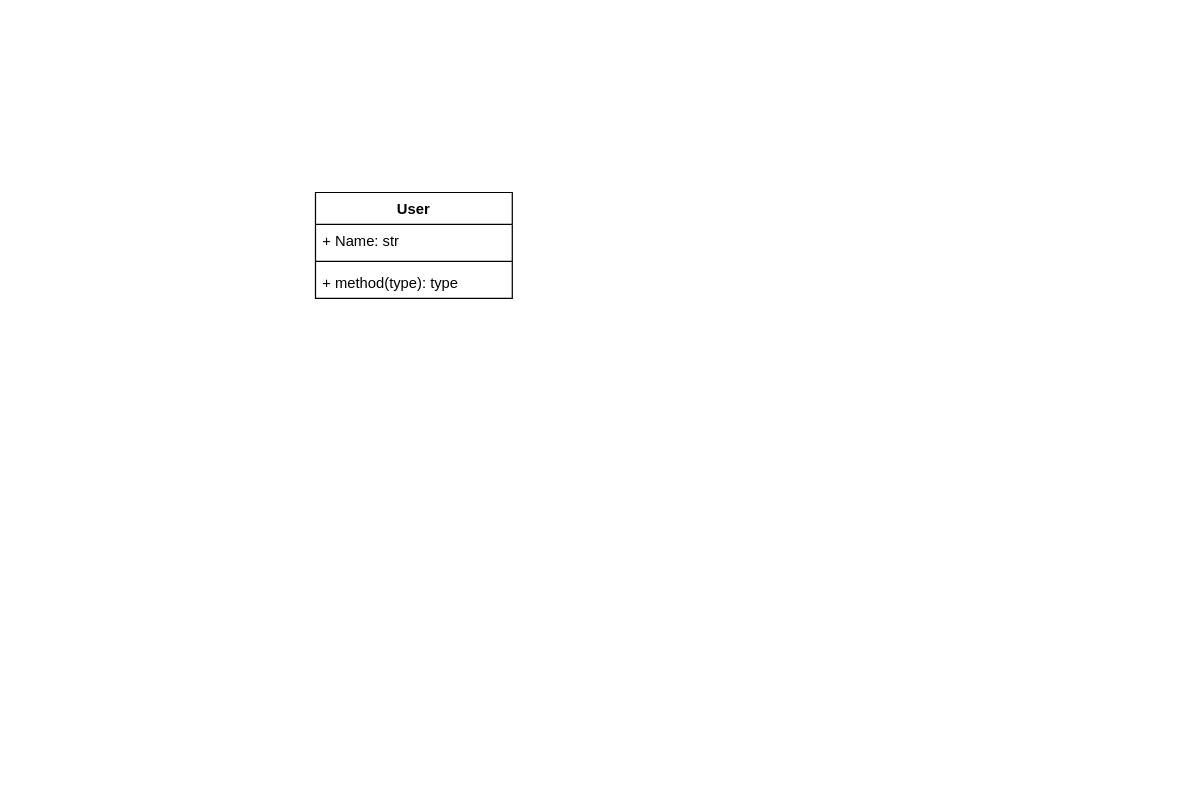
The draw.io diagram Untitled Diagram.drawio in LyndinK/Router, before the edit. Source tidied: cells renumbered, new cells numbered last; positions are measured from the earlier drawing's top-left corner, leaving out a move shared by most shapes. Both pictures are drawn from the tidied source at 123%, with x=0, y=0 at pixel (315, 192).
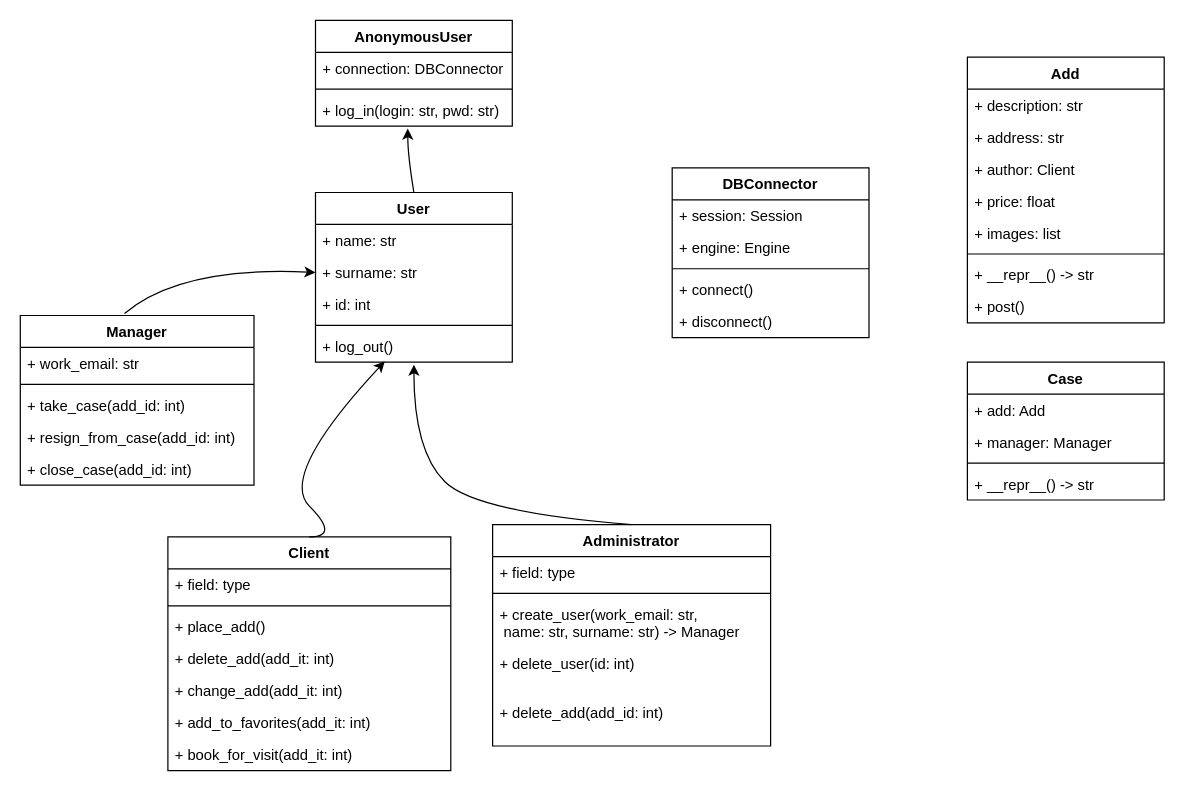
Above is the later version.

The edit, as a diff of the source:
```diff
@@
     <mxCell id="2" value="User" style="swimlane;fontStyle=1;align=center;verticalAlign=top;horizontal=1;startSize=26;" parent="1" vertex="1">
-      <mxGeometry width="160" height="86" as="geometry" />
+      <mxGeometry width="160" height="138" as="geometry" />
     </mxCell>
-    <mxCell id="3" value="+ Name: str&#10;" style="text;strokeColor=none;fillColor=none;align=left;verticalAlign=top;spacingLeft=4;spacingRight=4;overflow=hidden;" parent="2" vertex="1">
+    <mxCell id="3" value="+ name: str&#10;" style="text;strokeColor=none;fillColor=none;align=left;verticalAlign=top;spacingLeft=4;spacingRight=4;overflow=hidden;" parent="2" vertex="1">
       <mxGeometry y="26" width="160" height="26" as="geometry" />
     </mxCell>
+    <mxCell id="6" value="+ surname: str&#10;" style="text;strokeColor=none;fillColor=none;align=left;verticalAlign=top;spacingLeft=4;spacingRight=4;overflow=hidden;points=[[0,0.5],[1,0.5]];portConstraint=eastwest;" parent="2" vertex="1">
+      <mxGeometry y="52" width="160" height="26" as="geometry" />
+    </mxCell>
+    <mxCell id="7" value="+ id: int&#10;" style="text;strokeColor=none;fillColor=none;align=left;verticalAlign=top;spacingLeft=4;spacingRight=4;overflow=hidden;fontStyle=0;" parent="2" vertex="1">
+      <mxGeometry y="78" width="160" height="26" as="geometry" />
+    </mxCell>
     <mxCell id="4" style="line;strokeWidth=1;fillColor=none;align=left;verticalAlign=middle;spacingTop=-1;spacingLeft=3;spacingRight=3;labelPosition=right;" parent="2" vertex="1">
-      <mxGeometry y="52" width="160" height="8" as="geometry" />
+      <mxGeometry y="104" width="160" height="8" as="geometry" />
     </mxCell>
-    <mxCell id="5" value="+ method(type): type" style="text;strokeColor=none;fillColor=none;align=left;verticalAlign=top;spacingLeft=4;spacingRight=4;overflow=hidden;points=[[0,0.5],[1,0.5]];portConstraint=eastwest;" parent="2" vertex="1">
-      <mxGeometry y="60" width="160" height="26" as="geometry" />
+    <mxCell id="5" value="+ log_out()" style="text;strokeColor=none;fillColor=none;align=left;verticalAlign=top;spacingLeft=4;spacingRight=4;overflow=hidden;points=[[0,0.5],[1,0.5]];portConstraint=eastwest;" parent="2" vertex="1">
+      <mxGeometry y="112" width="160" height="26" as="geometry" />
     </mxCell>
+    <mxCell id="8" value="AnonymousUser" style="swimlane;fontStyle=1;align=center;verticalAlign=top;horizontal=1;startSize=26;" parent="1" vertex="1">
+      <mxGeometry y="-140" width="160" height="86" as="geometry" />
+    </mxCell>
+    <mxCell id="9" value="+ connection: DBConnector" style="text;strokeColor=none;fillColor=none;align=left;verticalAlign=top;spacingLeft=4;spacingRight=4;overflow=hidden;" parent="8" vertex="1">
+      <mxGeometry y="26" width="160" height="26" as="geometry" />
+    </mxCell>
+    <mxCell id="10" style="line;strokeWidth=1;fillColor=none;align=left;verticalAlign=middle;spacingTop=-1;spacingLeft=3;spacingRight=3;labelPosition=right;" parent="8" vertex="1">
+      <mxGeometry y="52" width="160" height="8" as="geometry" />
+    </mxCell>
+    <mxCell id="11" value="+ log_in(login: str, pwd: str)" style="text;strokeColor=none;fillColor=none;align=left;verticalAlign=top;spacingLeft=4;spacingRight=4;overflow=hidden;points=[[0,0.5],[1,0.5]];portConstraint=eastwest;" parent="8" vertex="1">
+      <mxGeometry y="60" width="160" height="26" as="geometry" />
+    </mxCell>
+    <mxCell id="12" value="Administrator" style="swimlane;fontStyle=1;align=center;verticalAlign=top;horizontal=1;startSize=26;" parent="1" vertex="1">
+      <mxGeometry x="144" y="270" width="226" height="180" as="geometry" />
+    </mxCell>
+    <mxCell id="13" value="+ field: type" style="text;strokeColor=none;fillColor=none;align=left;verticalAlign=top;spacingLeft=4;spacingRight=4;overflow=hidden;" parent="12" vertex="1">
+      <mxGeometry y="26" width="226" height="26" as="geometry" />
+    </mxCell>
+    <mxCell id="14" style="line;strokeWidth=1;fillColor=none;align=left;verticalAlign=middle;spacingTop=-1;spacingLeft=3;spacingRight=3;labelPosition=right;" parent="12" vertex="1">
+      <mxGeometry y="52" width="226" height="8" as="geometry" />
+    </mxCell>
+    <mxCell id="15" value="+ create_user(work_email: str,&#10; name: str, surname: str) -&gt; Manager" style="text;strokeColor=none;fillColor=none;align=left;verticalAlign=top;spacingLeft=4;spacingRight=4;overflow=hidden;" parent="12" vertex="1">
+      <mxGeometry y="60" width="226" height="40" as="geometry" />
+    </mxCell>
+    <mxCell id="16" value="+ delete_user(id: int)" style="text;strokeColor=none;fillColor=none;align=left;verticalAlign=top;spacingLeft=4;spacingRight=4;overflow=hidden;" parent="12" vertex="1">
+      <mxGeometry y="100" width="226" height="40" as="geometry" />
+    </mxCell>
+    <mxCell id="17" value="+ delete_add(add_id: int)" style="text;strokeColor=none;fillColor=none;align=left;verticalAlign=top;spacingLeft=4;spacingRight=4;overflow=hidden;" parent="12" vertex="1">
+      <mxGeometry y="140" width="226" height="40" as="geometry" />
+    </mxCell>
+    <mxCell id="18" value="Client" style="swimlane;fontStyle=1;align=center;verticalAlign=top;horizontal=1;startSize=26;" parent="1" vertex="1">
+      <mxGeometry x="-120" y="280" width="230" height="190" as="geometry" />
+    </mxCell>
+    <mxCell id="19" value="+ field: type" style="text;strokeColor=none;fillColor=none;align=left;verticalAlign=top;spacingLeft=4;spacingRight=4;overflow=hidden;" parent="18" vertex="1">
+      <mxGeometry y="26" width="230" height="26" as="geometry" />
+    </mxCell>
+    <mxCell id="20" style="line;strokeWidth=1;fillColor=none;align=left;verticalAlign=middle;spacingTop=-1;spacingLeft=3;spacingRight=3;labelPosition=right;" parent="18" vertex="1">
+      <mxGeometry y="52" width="230" height="8" as="geometry" />
+    </mxCell>
+    <mxCell id="21" value="+ place_add() " style="text;strokeColor=none;fillColor=none;align=left;verticalAlign=top;spacingLeft=4;spacingRight=4;overflow=hidden;" parent="18" vertex="1">
+      <mxGeometry y="60" width="230" height="26" as="geometry" />
+    </mxCell>
+    <mxCell id="22" value="+ delete_add(add_it: int) " style="text;strokeColor=none;fillColor=none;align=left;verticalAlign=top;spacingLeft=4;spacingRight=4;overflow=hidden;" parent="18" vertex="1">
+      <mxGeometry y="86" width="230" height="26" as="geometry" />
+    </mxCell>
+    <mxCell id="23" value="+ change_add(add_it: int) " style="text;strokeColor=none;fillColor=none;align=left;verticalAlign=top;spacingLeft=4;spacingRight=4;overflow=hidden;" parent="18" vertex="1">
+      <mxGeometry y="112" width="230" height="26" as="geometry" />
+    </mxCell>
+    <mxCell id="24" value="+ add_to_favorites(add_it: int) " style="text;strokeColor=none;fillColor=none;align=left;verticalAlign=top;spacingLeft=4;spacingRight=4;overflow=hidden;" parent="18" vertex="1">
+      <mxGeometry y="138" width="230" height="26" as="geometry" />
+    </mxCell>
+    <mxCell id="25" value="+ book_for_visit(add_it: int) " style="text;strokeColor=none;fillColor=none;align=left;verticalAlign=top;spacingLeft=4;spacingRight=4;overflow=hidden;" parent="18" vertex="1">
+      <mxGeometry y="164" width="230" height="26" as="geometry" />
+    </mxCell>
+    <mxCell id="26" value="Manager" style="swimlane;fontStyle=1;align=center;verticalAlign=top;horizontal=1;startSize=26;" parent="1" vertex="1">
+      <mxGeometry x="-240" y="100" width="190" height="138" as="geometry" />
+    </mxCell>
+    <mxCell id="27" value="+ work_email: str" style="text;strokeColor=none;fillColor=none;align=left;verticalAlign=top;spacingLeft=4;spacingRight=4;overflow=hidden;" parent="26" vertex="1">
+      <mxGeometry y="26" width="190" height="26" as="geometry" />
+    </mxCell>
+    <mxCell id="28" style="line;strokeWidth=1;fillColor=none;align=left;verticalAlign=middle;spacingTop=-1;spacingLeft=3;spacingRight=3;labelPosition=right;" parent="26" vertex="1">
+      <mxGeometry y="52" width="190" height="8" as="geometry" />
+    </mxCell>
+    <mxCell id="29" value="+ take_case(add_id: int)" style="text;strokeColor=none;fillColor=none;align=left;verticalAlign=top;spacingLeft=4;spacingRight=4;overflow=hidden;" parent="26" vertex="1">
+      <mxGeometry y="60" width="190" height="26" as="geometry" />
+    </mxCell>
+    <mxCell id="30" value="+ resign_from_case(add_id: int)" style="text;strokeColor=none;fillColor=none;align=left;verticalAlign=top;spacingLeft=4;spacingRight=4;overflow=hidden;" parent="26" vertex="1">
+      <mxGeometry y="86" width="190" height="26" as="geometry" />
+    </mxCell>
+    <mxCell id="31" value="+ close_case(add_id: int)" style="text;strokeColor=none;fillColor=none;align=left;verticalAlign=top;spacingLeft=4;spacingRight=4;overflow=hidden;" parent="26" vertex="1">
+      <mxGeometry y="112" width="190" height="26" as="geometry" />
+    </mxCell>
+    <mxCell id="32" style="curved=1;endArrow=classic;html=1;entryX=0.352;entryY=0.974;entryDx=0;entryDy=0;entryPerimeter=0;exitX=0.5;exitY=0;exitDx=0;exitDy=0;" parent="1" edge="1" source="18" target="5">
+      <mxGeometry relative="1" as="geometry">
+        <Array as="points">
+          <mxPoint x="20" y="280" />
+          <mxPoint x="-30" y="230" />
+        </Array>
+      </mxGeometry>
+    </mxCell>
+    <mxCell id="33" style="curved=1;endArrow=classic;html=1;exitX=0.5;exitY=0;exitDx=0;exitDy=0;" parent="1" edge="1" source="12">
+      <mxGeometry relative="1" as="geometry">
+        <mxPoint x="80" y="140" as="targetPoint" />
+        <Array as="points">
+          <mxPoint x="130" y="260" />
+          <mxPoint x="80" y="210" />
+        </Array>
+      </mxGeometry>
+    </mxCell>
+    <mxCell id="34" style="curved=1;endArrow=classic;html=1;entryX=0.469;entryY=1.077;entryDx=0;entryDy=0;entryPerimeter=0;exitX=0.5;exitY=0;exitDx=0;exitDy=0;" parent="1" edge="1" source="2" target="11">
+      <mxGeometry relative="1" as="geometry">
+        <Array as="points">
+          <mxPoint x="75" y="-30" />
+        </Array>
+      </mxGeometry>
+    </mxCell>
+    <mxCell id="35" style="curved=1;endArrow=classic;html=1;exitX=0.446;exitY=-0.012;exitDx=0;exitDy=0;exitPerimeter=0;entryX=0;entryY=0.5;entryDx=0;entryDy=0;" parent="1" edge="1" source="26" target="6">
+      <mxGeometry relative="1" as="geometry">
+        <Array as="points">
+          <mxPoint x="-110" y="60" />
+        </Array>
+      </mxGeometry>
+    </mxCell>
+    <mxCell id="36" value="DBConnector" style="swimlane;fontStyle=1;align=center;verticalAlign=top;horizontal=1;startSize=26;" parent="1" vertex="1">
+      <mxGeometry x="290" y="-20" width="160" height="138" as="geometry" />
+    </mxCell>
+    <mxCell id="37" value="+ session: Session" style="text;strokeColor=none;fillColor=none;align=left;verticalAlign=top;spacingLeft=4;spacingRight=4;overflow=hidden;" parent="36" vertex="1">
+      <mxGeometry y="26" width="160" height="26" as="geometry" />
+    </mxCell>
+    <mxCell id="38" value="+ engine: Engine" style="text;strokeColor=none;fillColor=none;align=left;verticalAlign=top;spacingLeft=4;spacingRight=4;overflow=hidden;" parent="36" vertex="1">
+      <mxGeometry y="52" width="160" height="26" as="geometry" />
+    </mxCell>
+    <mxCell id="39" style="line;strokeWidth=1;fillColor=none;align=left;verticalAlign=middle;spacingTop=-1;spacingLeft=3;spacingRight=3;labelPosition=right;" parent="36" vertex="1">
+      <mxGeometry y="78" width="160" height="8" as="geometry" />
+    </mxCell>
+    <mxCell id="40" value="+ connect()" style="text;strokeColor=none;fillColor=none;align=left;verticalAlign=top;spacingLeft=4;spacingRight=4;overflow=hidden;" parent="36" vertex="1">
+      <mxGeometry y="86" width="160" height="26" as="geometry" />
+    </mxCell>
+    <mxCell id="41" value="+ disconnect()" style="text;strokeColor=none;fillColor=none;align=left;verticalAlign=top;spacingLeft=4;spacingRight=4;overflow=hidden;" parent="36" vertex="1">
+      <mxGeometry y="112" width="160" height="26" as="geometry" />
+    </mxCell>
+    <mxCell id="42" value="Add" style="swimlane;fontStyle=1;align=center;verticalAlign=top;horizontal=1;startSize=26;" parent="1" vertex="1">
+      <mxGeometry x="530" y="-110" width="160" height="216" as="geometry" />
+    </mxCell>
+    <mxCell id="43" value="+ description: str" style="text;strokeColor=none;fillColor=none;align=left;verticalAlign=top;spacingLeft=4;spacingRight=4;overflow=hidden;" parent="42" vertex="1">
+      <mxGeometry y="26" width="160" height="26" as="geometry" />
+    </mxCell>
+    <mxCell id="44" value="+ address: str" style="text;strokeColor=none;fillColor=none;align=left;verticalAlign=top;spacingLeft=4;spacingRight=4;overflow=hidden;" parent="42" vertex="1">
+      <mxGeometry y="52" width="160" height="26" as="geometry" />
+    </mxCell>
+    <mxCell id="45" value="+ author: Client" style="text;strokeColor=none;fillColor=none;align=left;verticalAlign=top;spacingLeft=4;spacingRight=4;overflow=hidden;" parent="42" vertex="1">
+      <mxGeometry y="78" width="160" height="26" as="geometry" />
+    </mxCell>
+    <mxCell id="46" value="+ price: float" style="text;strokeColor=none;fillColor=none;align=left;verticalAlign=top;spacingLeft=4;spacingRight=4;overflow=hidden;" parent="42" vertex="1">
+      <mxGeometry y="104" width="160" height="26" as="geometry" />
+    </mxCell>
+    <mxCell id="47" value="+ images: list" style="text;strokeColor=none;fillColor=none;align=left;verticalAlign=top;spacingLeft=4;spacingRight=4;overflow=hidden;" parent="42" vertex="1">
+      <mxGeometry y="130" width="160" height="26" as="geometry" />
+    </mxCell>
+    <mxCell id="48" style="line;strokeWidth=1;fillColor=none;align=left;verticalAlign=middle;spacingTop=-1;spacingLeft=3;spacingRight=3;labelPosition=right;" parent="42" vertex="1">
+      <mxGeometry y="156" width="160" height="8" as="geometry" />
+    </mxCell>
+    <mxCell id="49" value="+ __repr__() -&gt; str" style="text;strokeColor=none;fillColor=none;align=left;verticalAlign=top;spacingLeft=4;spacingRight=4;overflow=hidden;" parent="42" vertex="1">
+      <mxGeometry y="164" width="160" height="26" as="geometry" />
+    </mxCell>
+    <mxCell id="50" value="+ post()" style="text;strokeColor=none;fillColor=none;align=left;verticalAlign=top;spacingLeft=4;spacingRight=4;overflow=hidden;" parent="42" vertex="1">
+      <mxGeometry y="190" width="160" height="26" as="geometry" />
+    </mxCell>
+    <mxCell id="51" value="Case" style="swimlane;fontStyle=1;align=center;verticalAlign=top;horizontal=1;startSize=26;" parent="1" vertex="1">
+      <mxGeometry x="530" y="138" width="160" height="112" as="geometry" />
+    </mxCell>
+    <mxCell id="52" value="+ add: Add" style="text;strokeColor=none;fillColor=none;align=left;verticalAlign=top;spacingLeft=4;spacingRight=4;overflow=hidden;" parent="51" vertex="1">
+      <mxGeometry y="26" width="160" height="26" as="geometry" />
+    </mxCell>
+    <mxCell id="53" value="+ manager: Manager" style="text;strokeColor=none;fillColor=none;align=left;verticalAlign=top;spacingLeft=4;spacingRight=4;overflow=hidden;" parent="51" vertex="1">
+      <mxGeometry y="52" width="160" height="26" as="geometry" />
+    </mxCell>
+    <mxCell id="54" style="line;strokeWidth=1;fillColor=none;align=left;verticalAlign=middle;spacingTop=-1;spacingLeft=3;spacingRight=3;labelPosition=right;" parent="51" vertex="1">
+      <mxGeometry y="78" width="160" height="8" as="geometry" />
+    </mxCell>
+    <mxCell id="55" value="+ __repr__() -&gt; str" style="text;strokeColor=none;fillColor=none;align=left;verticalAlign=top;spacingLeft=4;spacingRight=4;overflow=hidden;" parent="51" vertex="1">
+      <mxGeometry y="86" width="160" height="26" as="geometry" />
+    </mxCell>
```
